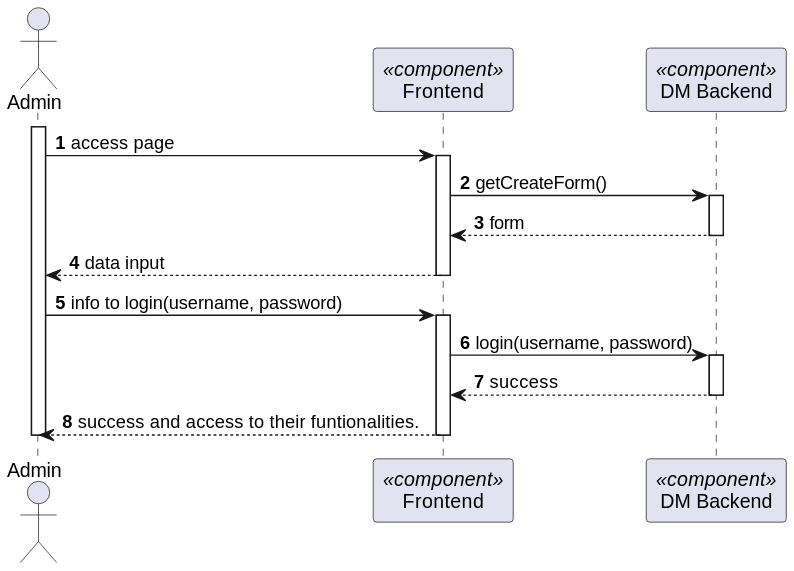
Above: docs/BackofficeModule/7.2.15/sequence-diagram-2.svg in Ana-Miguel-Silva/SurgicalAppointmentAndResourceManagement (PlantUML), before the change.
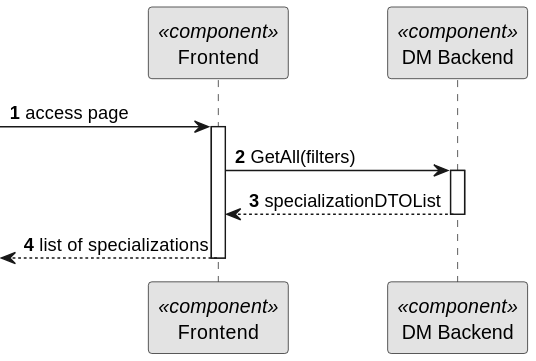
The same diagram one commit later.

Diff of the diagram source:
```diff
@@ -1,31 +1,21 @@
 @startuml
+skinparam monochrome true
 skinparam packageStyle rectangle
 skinparam shadowing false
 
 autonumber
 
-actor "Admin" as AD
 participant "Frontend" as FE <<component>>
 participant "DM Backend" as BE <<component>>
 
 
 
-activate AD
-AD -> FE: access page
+-> FE: access page
 activate FE
-FE -> BE: getCreateForm()
+FE -> BE: GetAll(filters)
 activate BE
-BE --> FE: form
+BE --> FE: specializationDTOList
 deactivate BE
-FE --> AD : data input
+<--FE: list of specializations
 deactivate FE
-AD -> FE : info to login(username, password)
-activate FE
-FE -> BE : login(username, password)
-activate BE
-BE --> FE: success
-deactivate BE
-FE --> AD : success and access to their funtionalities.
-deactivate FE
-deactivate AD
 @enduml
```
